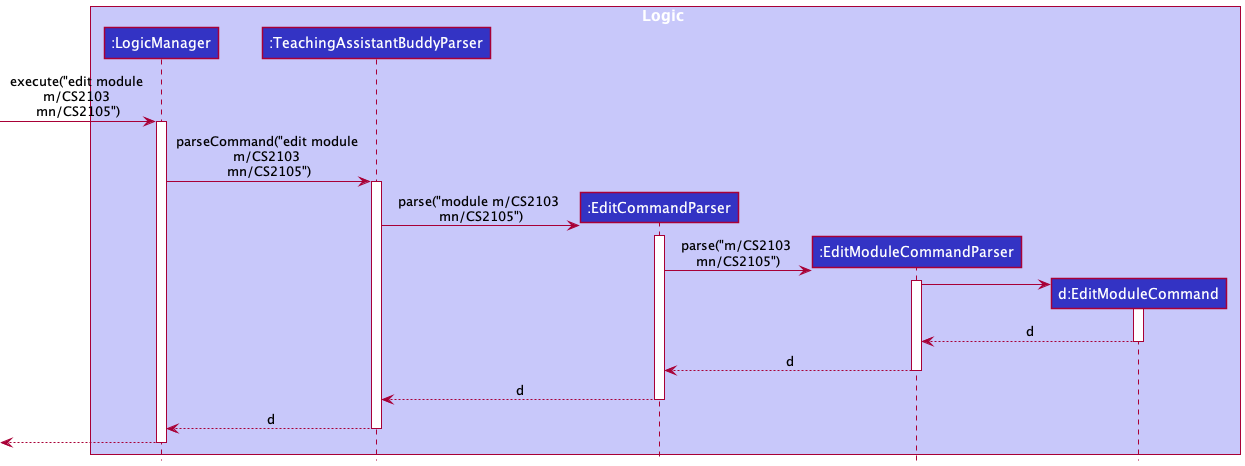
Above: docs/images/EditModuleSequenceDiagram1.png in nus-cs2103-AY2122S1/tp (PlantUML), before the change. Its diagram source:
```plantuml
@startuml
!include ../style.puml

box Logic LOGIC_COLOR_T1
participant ":LogicManager" as LogicManager LOGIC_COLOR
participant ":TeachingAssistantBuddyParser" as TeachingAssistantBuddyParser LOGIC_COLOR
participant ":EditCommandParser" as EditCommandParser LOGIC_COLOR
participant ":EditModuleCommandParser" as EditModuleCommandParser LOGIC_COLOR
participant "d:EditModuleCommand" as EditModuleCommand LOGIC_COLOR

end box



[-> LogicManager : execute("edit module \nm/CS2103 \nmn/CS2105")
activate LogicManager

LogicManager -> TeachingAssistantBuddyParser : parseCommand("edit module \nm/CS2103 \nmn/CS2105")
activate TeachingAssistantBuddyParser

create EditCommandParser
TeachingAssistantBuddyParser -> EditCommandParser : parse("module m/CS2103 \nmn/CS2105")
activate EditCommandParser

create EditModuleCommandParser
EditCommandParser -> EditModuleCommandParser : parse("m/CS2103 \nmn/CS2105")
activate EditModuleCommandParser

create EditModuleCommand
EditModuleCommandParser -> EditModuleCommand
activate EditModuleCommand

EditModuleCommand --> EditModuleCommandParser : d
deactivate EditModuleCommand

EditModuleCommandParser --> EditCommandParser : d
deactivate EditModuleCommandParser

EditCommandParser --> TeachingAssistantBuddyParser : d
deactivate EditCommandParser

TeachingAssistantBuddyParser --> LogicManager : d
deactivate TeachingAssistantBuddyParser

[<--LogicManager
deactivate LogicManager
@enduml
```
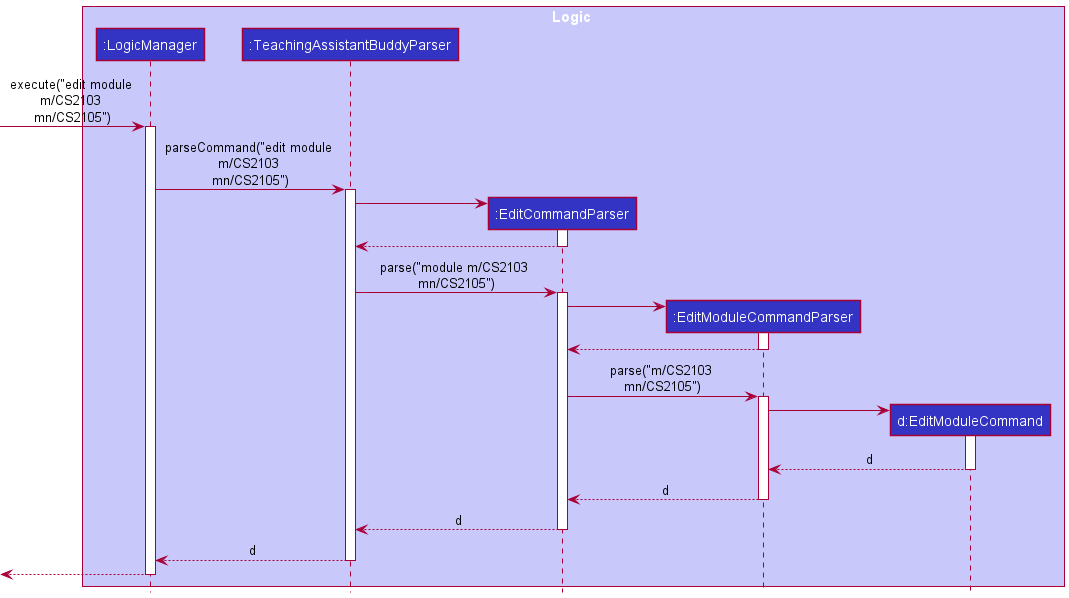
The same file after the commit.

What changed in the source:
```diff
@@ -19,10 +19,20 @@
 activate TeachingAssistantBuddyParser
 
 create EditCommandParser
+TeachingAssistantBuddyParser -> EditCommandParser
+activate EditCommandParser
+EditCommandParser --> TeachingAssistantBuddyParser
+deactivate EditCommandParser
+
 TeachingAssistantBuddyParser -> EditCommandParser : parse("module m/CS2103 \nmn/CS2105")
 activate EditCommandParser
 
 create EditModuleCommandParser
+EditCommandParser -> EditModuleCommandParser
+activate EditModuleCommandParser
+EditModuleCommandParser --> EditCommandParser
+deactivate EditModuleCommandParser
+
 EditCommandParser -> EditModuleCommandParser : parse("m/CS2103 \nmn/CS2105")
 activate EditModuleCommandParser
 
```
